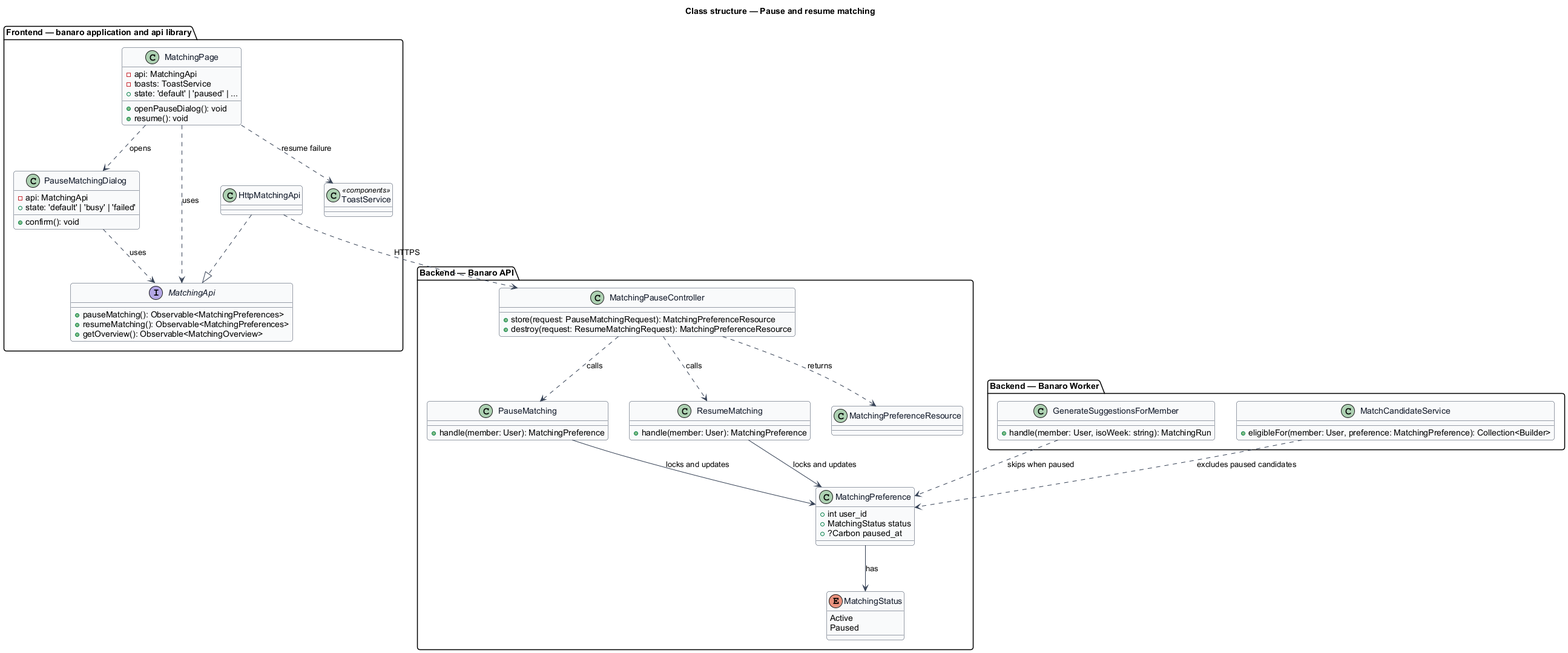
QuinntyneBrown/banaro keeps this PlantUML diagram as docs/detailed-designs/matching/pause-and-resume-matching/diagrams/class-structure.png. Above is the earlier version.
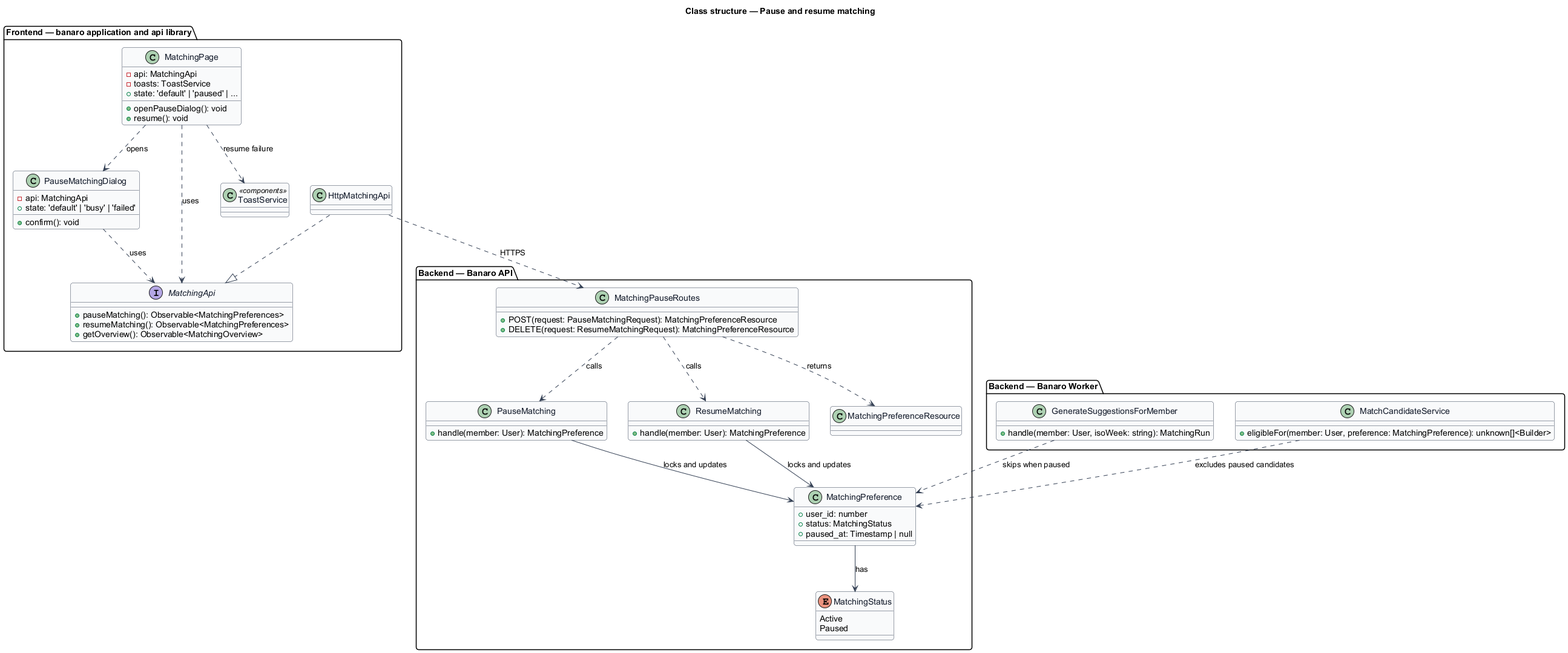
Later version of the same file.

The edit, as a diff of the source:
```diff
@@ -34,9 +34,9 @@
 }
 
 package "Backend — Banaro API" {
-  class MatchingPauseController {
-    +store(request: PauseMatchingRequest): MatchingPreferenceResource
-    +destroy(request: ResumeMatchingRequest): MatchingPreferenceResource
+  class MatchingPauseRoutes {
+    +POST(request: PauseMatchingRequest): MatchingPreferenceResource
+    +DELETE(request: ResumeMatchingRequest): MatchingPreferenceResource
   }
   class PauseMatching {
     +handle(member: User): MatchingPreference
@@ -45,9 +45,9 @@
     +handle(member: User): MatchingPreference
   }
   class MatchingPreference {
-    +int user_id
-    +MatchingStatus status
-    +?Carbon paused_at
+    +user_id: number
+    +status: MatchingStatus
+    +paused_at: Timestamp | null
   }
   enum MatchingStatus {
     Active
@@ -61,7 +61,7 @@
     +handle(member: User, isoWeek: string): MatchingRun
   }
   class MatchCandidateService {
-    +eligibleFor(member: User, preference: MatchingPreference): Collection<Builder>
+    +eligibleFor(member: User, preference: MatchingPreference): unknown[]<Builder>
   }
 }
 
@@ -70,11 +70,11 @@
 MatchingPage ..> ToastService : resume failure
 PauseMatchingDialog ..> MatchingApi : uses
 HttpMatchingApi ..|> MatchingApi
-HttpMatchingApi ..> MatchingPauseController : HTTPS
+HttpMatchingApi ..> MatchingPauseRoutes : HTTPS
 
-MatchingPauseController ..> PauseMatching : calls
-MatchingPauseController ..> ResumeMatching : calls
-MatchingPauseController ..> MatchingPreferenceResource : returns
+MatchingPauseRoutes ..> PauseMatching : calls
+MatchingPauseRoutes ..> ResumeMatching : calls
+MatchingPauseRoutes ..> MatchingPreferenceResource : returns
 PauseMatching --> MatchingPreference : locks and updates
 ResumeMatching --> MatchingPreference : locks and updates
 MatchingPreference --> MatchingStatus : has
```
